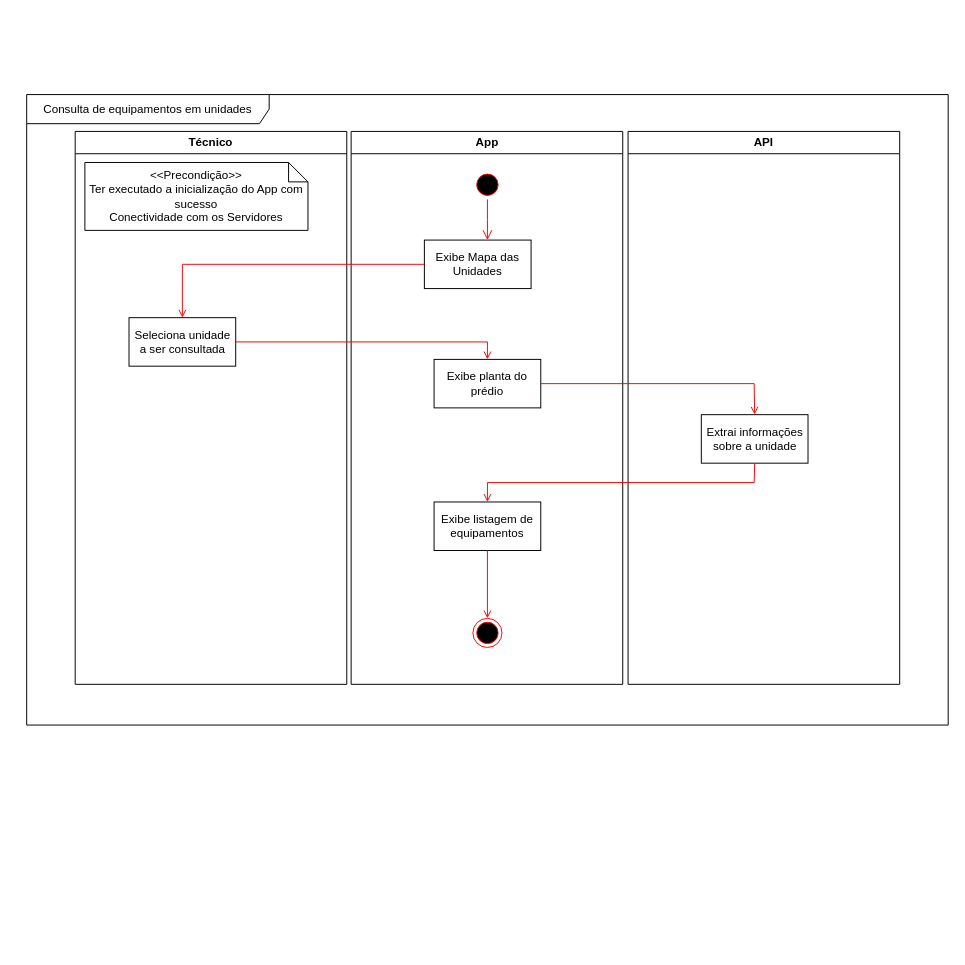
This is Diagramas/.drawio from DanielRM07/TCC, a draw.io file, before an edit. Source tidied: cells renumbered, new cells numbered last; positions are measured from the earlier drawing's top-left corner, leaving out a move shared by most shapes. Both pictures are drawn from the tidied source at 97%, with x=0, y=0 at pixel (26, 94).
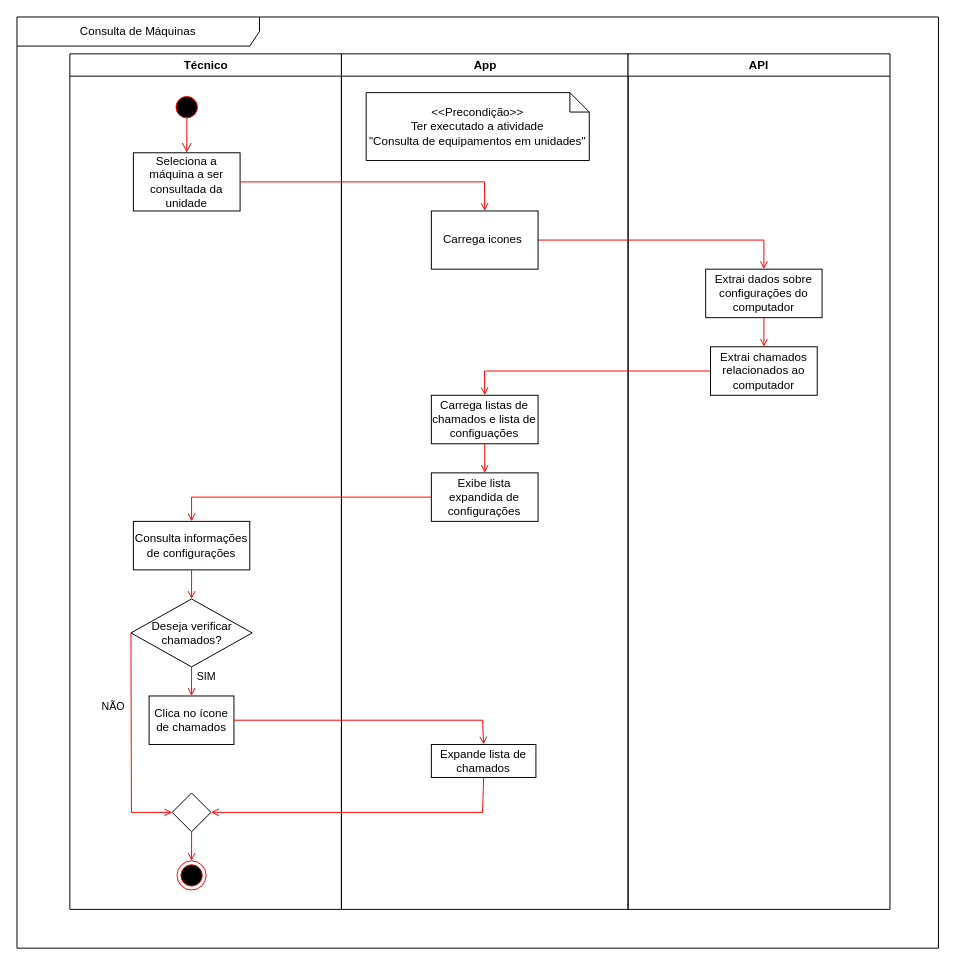
The same page after the edit.

The edit, as a diff of the source:
```diff
@@
     <mxCell id="2" value="Técnico" style="swimlane;whiteSpace=wrap;" parent="1" vertex="1">
-      <mxGeometry x="50" y="38" width="280" height="570" as="geometry" />
+      <mxGeometry x="44.5" y="-42" width="280" height="882" as="geometry" />
     </mxCell>
-    <mxCell id="3" value="Seleciona unidade a ser consultada" style="whiteSpace=wrap;" parent="2" vertex="1">
-      <mxGeometry x="55.5" y="192" width="110" height="50" as="geometry" />
-    </mxCell>
     <mxCell id="4" value="App" style="swimlane;whiteSpace=wrap;" parent="1" vertex="1">
-      <mxGeometry x="334.5" y="38" width="280" height="570" as="geometry" />
+      <mxGeometry x="324.5" y="-42" width="295.5" height="882" as="geometry" />
     </mxCell>
-    <mxCell id="5" style="ellipse;shape=startState;fillColor=#000000;strokeColor=#ff0000;" parent="4" vertex="1">
-      <mxGeometry x="125.5" y="40" width="30" height="30" as="geometry" />
-    </mxCell>
-    <mxCell id="6" style="edgeStyle=elbowEdgeStyle;elbow=horizontal;verticalAlign=bottom;endArrow=open;endSize=8;strokeColor=#FF0000;endFill=1;rounded=0;" parent="4" edge="1" source="5" target="7">
-      <mxGeometry x="40" y="20" as="geometry" />
-    </mxCell>
-    <mxCell id="7" value="Exibe Mapa das Unidades" style="whiteSpace=wrap;" parent="4" vertex="1">
-      <mxGeometry x="75.5" y="112" width="110" height="50" as="geometry" />
-    </mxCell>
-    <mxCell id="8" value="Exibe planta do prédio" style="whiteSpace=wrap;" parent="4" vertex="1">
-      <mxGeometry x="85.5" y="235" width="110" height="50" as="geometry" />
-    </mxCell>
-    <mxCell id="9" value="Exibe listagem de equipamentos" style="whiteSpace=wrap;" parent="4" vertex="1">
-      <mxGeometry x="85.5" y="382" width="110" height="50" as="geometry" />
-    </mxCell>
     <mxCell id="10" value="API" style="swimlane;whiteSpace=wrap;" parent="1" vertex="1">
-      <mxGeometry x="620" y="38" width="280" height="570" as="geometry" />
+      <mxGeometry x="620" y="-42" width="270" height="882" as="geometry" />
     </mxCell>
-    <mxCell id="11" value="Extrai informações sobre a unidade" style="whiteSpace=wrap;" parent="10" vertex="1">
-      <mxGeometry x="75.5" y="292" width="110" height="50" as="geometry" />
+    <mxCell id="11" value="Extrai dados sobre configurações do computador" style="whiteSpace=wrap;" parent="10" vertex="1">
+      <mxGeometry x="80" y="222" width="120" height="50" as="geometry" />
     </mxCell>
-    <mxCell id="12" style="edgeStyle=elbowEdgeStyle;elbow=horizontal;strokeColor=#FF0000;endArrow=open;endFill=1;rounded=0;exitX=0;exitY=0.5;exitDx=0;exitDy=0;entryX=0.5;entryY=0;entryDx=0;entryDy=0;" parent="1" edge="1" source="7" target="3">
-      <mxGeometry relative="1" as="geometry">
-        <Array as="points">
-          <mxPoint x="160.5" y="190" />
-        </Array>
-      </mxGeometry>
-    </mxCell>
-    <mxCell id="13" style="endArrow=open;strokeColor=#FF0000;endFill=1;rounded=0;exitX=1;exitY=0.5;exitDx=0;exitDy=0;entryX=0.5;entryY=0;entryDx=0;entryDy=0;" parent="1" edge="1" source="3" target="8">
-      <mxGeometry relative="1" as="geometry">
-        <Array as="points">
-          <mxPoint x="475" y="255" />
-        </Array>
-      </mxGeometry>
-    </mxCell>
-    <mxCell id="14" style="endArrow=open;strokeColor=#FF0000;endFill=1;rounded=0;exitX=1;exitY=0.5;exitDx=0;exitDy=0;entryX=0.5;entryY=0;entryDx=0;entryDy=0;" parent="1" edge="1" source="8" target="11">
+    <mxCell id="14" style="endArrow=open;strokeColor=#FF0000;endFill=1;rounded=0;exitX=1;exitY=0.5;exitDx=0;exitDy=0;entryX=0.5;entryY=0;entryDx=0;entryDy=0;" parent="1" edge="1" source="3" target="11">
       <mxGeometry relative="1" as="geometry">
         <Array as="points">
-          <mxPoint x="750" y="298" />
+          <mxPoint x="760" y="150" />
         </Array>
       </mxGeometry>
     </mxCell>
-    <mxCell id="15" style="endArrow=open;strokeColor=#FF0000;endFill=1;rounded=0;exitX=0.5;exitY=1;exitDx=0;exitDy=0;entryX=0.5;entryY=0;entryDx=0;entryDy=0;" parent="1" edge="1" source="11" target="9">
-      <mxGeometry relative="1" as="geometry">
-        <Array as="points">
-          <mxPoint x="750" y="400" />
-          <mxPoint x="475" y="400" />
-        </Array>
-      </mxGeometry>
+    <mxCell id="15" style="endArrow=open;strokeColor=#FF0000;endFill=1;rounded=0;entryX=0.5;entryY=0;entryDx=0;entryDy=0;exitX=0.5;exitY=1;exitDx=0;exitDy=0;" parent="1" edge="1" source="11" target="9">
+      <mxGeometry relative="1" as="geometry" />
     </mxCell>
-    <mxCell id="16" value="Consulta de equipamentos em unidades" style="shape=umlFrame;whiteSpace=wrap;html=1;width=250;height=30;" parent="1" vertex="1">
-      <mxGeometry width="950" height="650" as="geometry" />
+    <mxCell id="16" value="Consulta de Máquinas" style="shape=umlFrame;whiteSpace=wrap;html=1;width=250;height=30;" parent="1" vertex="1">
+      <mxGeometry x="-10" y="-80" width="950" height="960" as="geometry" />
     </mxCell>
     <mxCell id="17" style="ellipse;html=1;shape=endState;fillColor=#000000;strokeColor=#ff0000;" parent="1" vertex="1">
-      <mxGeometry x="460" y="540" width="30" height="30" as="geometry" />
+      <mxGeometry x="155" y="790" width="30" height="30" as="geometry" />
     </mxCell>
-    <mxCell id="18" style="endArrow=open;strokeColor=#FF0000;endFill=1;rounded=0;exitX=0.5;exitY=1;exitDx=0;exitDy=0;entryX=0.5;entryY=0;entryDx=0;entryDy=0;" parent="1" edge="1" source="9" target="17">
-      <mxGeometry relative="1" as="geometry" />
+    <mxCell id="18" style="endArrow=open;strokeColor=#FF0000;endFill=1;rounded=0;exitX=0;exitY=0.5;exitDx=0;exitDy=0;entryX=0.5;entryY=0;entryDx=0;entryDy=0;" parent="1" edge="1" source="9" target="20">
+      <mxGeometry relative="1" as="geometry">
+        <Array as="points">
+          <mxPoint x="472" y="285" />
+        </Array>
+      </mxGeometry>
     </mxCell>
-    <mxCell id="19" value="&amp;lt;&amp;lt;Precondição&amp;gt;&amp;gt;&lt;div&gt;Ter executado a inicialização do App com sucesso&lt;/div&gt;&lt;div&gt;Conectividade com os Servidores&lt;/div&gt;" style="shape=note;size=20;whiteSpace=wrap;html=1;" parent="1" vertex="1">
-      <mxGeometry x="60" y="70" width="230" height="70" as="geometry" />
+    <mxCell id="19" value="&amp;lt;&amp;lt;Precondição&amp;gt;&amp;gt;&lt;div&gt;Ter executado a atividade&lt;br&gt;&quot;Consulta de equipamentos em unidades&quot;&lt;br&gt;&lt;/div&gt;" style="shape=note;size=20;whiteSpace=wrap;html=1;" parent="1" vertex="1">
+      <mxGeometry x="350" y="-2" width="230" height="70" as="geometry" />
     </mxCell>
+    <mxCell id="5" style="ellipse;shape=startState;fillColor=#000000;strokeColor=#ff0000;" parent="1" vertex="1">
+      <mxGeometry x="150" y="-2" width="30" height="30" as="geometry" />
+    </mxCell>
+    <mxCell id="6" style="edgeStyle=elbowEdgeStyle;elbow=horizontal;verticalAlign=bottom;endArrow=open;endSize=8;strokeColor=#FF0000;endFill=1;rounded=0;exitX=0.507;exitY=0.833;exitDx=0;exitDy=0;exitPerimeter=0;" parent="1" edge="1" source="5" target="7">
+      <mxGeometry x="484.5" y="148" as="geometry" />
+    </mxCell>
+    <mxCell id="7" value="Seleciona a máquina a ser consultada da unidade" style="whiteSpace=wrap;" parent="1" vertex="1">
+      <mxGeometry x="110" y="60" width="110" height="60" as="geometry" />
+    </mxCell>
+    <mxCell id="3" value="Carrega icones " style="whiteSpace=wrap;" parent="1" vertex="1">
+      <mxGeometry x="417.2" y="120" width="110" height="60" as="geometry" />
+    </mxCell>
+    <mxCell id="12" style="endArrow=open;strokeColor=#FF0000;endFill=1;rounded=0;exitX=1;exitY=0.5;exitDx=0;exitDy=0;entryX=0.5;entryY=0;entryDx=0;entryDy=0;" parent="1" edge="1" source="7" target="3">
+      <mxGeometry relative="1" as="geometry">
+        <Array as="points">
+          <mxPoint x="472" y="90" />
+        </Array>
+      </mxGeometry>
+    </mxCell>
+    <mxCell id="9" value="Extrai chamados relacionados ao computador" style="whiteSpace=wrap;" parent="1" vertex="1">
+      <mxGeometry x="705" y="260" width="110" height="50" as="geometry" />
+    </mxCell>
+    <mxCell id="20" value="Carrega listas de chamados e lista de configuações" style="whiteSpace=wrap;" parent="1" vertex="1">
+      <mxGeometry x="417.2" y="310" width="110" height="50" as="geometry" />
+    </mxCell>
+    <mxCell id="21" value="Exibe lista expandida de configurações" style="whiteSpace=wrap;" parent="1" vertex="1">
+      <mxGeometry x="417.2" y="390" width="110" height="50" as="geometry" />
+    </mxCell>
+    <mxCell id="22" style="endArrow=open;strokeColor=#FF0000;endFill=1;rounded=0;entryX=0.5;entryY=0;entryDx=0;entryDy=0;exitX=0.5;exitY=1;exitDx=0;exitDy=0;" parent="1" edge="1" source="20" target="21">
+      <mxGeometry relative="1" as="geometry" />
+    </mxCell>
+    <mxCell id="23" value="Consulta informações&#10;de configurações" style="whiteSpace=wrap;" parent="1" vertex="1">
+      <mxGeometry x="110" y="440" width="120" height="50" as="geometry" />
+    </mxCell>
+    <mxCell id="24" value="Deseja verificar chamados?" style="rhombus;whiteSpace=wrap;html=1;" parent="1" vertex="1">
+      <mxGeometry x="107.5" y="520" width="125" height="70" as="geometry" />
+    </mxCell>
+    <mxCell id="25" style="endArrow=open;strokeColor=#FF0000;endFill=1;rounded=0;entryX=0;entryY=0.5;entryDx=0;entryDy=0;exitX=0;exitY=0.5;exitDx=0;exitDy=0;" parent="1" edge="1" source="24" target="29">
+      <mxGeometry relative="1" as="geometry">
+        <Array as="points">
+          <mxPoint x="108" y="740" />
+        </Array>
+      </mxGeometry>
+    </mxCell>
+    <mxCell id="26" value="NÃO" style="edgeLabel;html=1;align=center;verticalAlign=middle;" parent="25" vertex="1">
+      <mxGeometry x="-0.33" relative="1" as="geometry">
+        <mxPoint x="-19" as="offset" />
+      </mxGeometry>
+    </mxCell>
+    <mxCell id="27" style="endArrow=open;strokeColor=#FF0000;endFill=1;rounded=0;entryX=0.5;entryY=0;entryDx=0;entryDy=0;exitX=0.5;exitY=1;exitDx=0;exitDy=0;" parent="1" edge="1" source="23" target="24">
+      <mxGeometry relative="1" as="geometry" />
+    </mxCell>
+    <mxCell id="28" style="endArrow=open;strokeColor=#FF0000;endFill=1;rounded=0;exitX=0;exitY=0.5;exitDx=0;exitDy=0;entryX=0.5;entryY=0;entryDx=0;entryDy=0;" parent="1" edge="1" source="21" target="23">
+      <mxGeometry relative="1" as="geometry">
+        <Array as="points">
+          <mxPoint x="170" y="415" />
+        </Array>
+      </mxGeometry>
+    </mxCell>
+    <mxCell id="29" style="rhombus;whiteSpace=wrap;html=1;" parent="1" vertex="1">
+      <mxGeometry x="150" y="720" width="40" height="40" as="geometry" />
+    </mxCell>
+    <mxCell id="30" style="endArrow=open;strokeColor=#FF0000;endFill=1;rounded=0;entryX=0.5;entryY=0;entryDx=0;entryDy=0;exitX=0.5;exitY=1;exitDx=0;exitDy=0;" parent="1" edge="1" source="29" target="17">
+      <mxGeometry relative="1" as="geometry">
+        <Array as="points">
+          <mxPoint x="170" y="770" />
+        </Array>
+      </mxGeometry>
+    </mxCell>
+    <mxCell id="31" value="Clica no ícone de chamados" style="whiteSpace=wrap;" parent="1" vertex="1">
+      <mxGeometry x="126.2" y="620" width="87.5" height="50" as="geometry" />
+    </mxCell>
+    <mxCell id="32" style="endArrow=open;strokeColor=#FF0000;endFill=1;rounded=0;entryX=0.5;entryY=0;entryDx=0;entryDy=0;exitX=0.5;exitY=1;exitDx=0;exitDy=0;" parent="1" edge="1" source="24" target="31">
+      <mxGeometry relative="1" as="geometry" />
+    </mxCell>
+    <mxCell id="33" value="SIM" style="edgeLabel;html=1;align=center;verticalAlign=middle;" parent="32" vertex="1">
+      <mxGeometry x="-0.36" y="-1" relative="1" as="geometry">
+        <mxPoint x="16" as="offset" />
+      </mxGeometry>
+    </mxCell>
+    <mxCell id="34" value="Expande lista de chamados" style="rounded=0;whiteSpace=wrap;html=1;" parent="1" vertex="1">
+      <mxGeometry x="417.2" y="670" width="107.8" height="34" as="geometry" />
+    </mxCell>
+    <mxCell id="35" style="endArrow=open;strokeColor=#FF0000;endFill=1;rounded=0;entryX=0.5;entryY=0;entryDx=0;entryDy=0;exitX=1;exitY=0.5;exitDx=0;exitDy=0;" parent="1" edge="1" source="31" target="34">
+      <mxGeometry relative="1" as="geometry">
+        <Array as="points">
+          <mxPoint x="470" y="645" />
+        </Array>
+      </mxGeometry>
+    </mxCell>
+    <mxCell id="36" style="endArrow=open;strokeColor=#FF0000;endFill=1;rounded=0;entryX=1;entryY=0.5;entryDx=0;entryDy=0;exitX=0.5;exitY=1;exitDx=0;exitDy=0;" parent="1" edge="1" source="34" target="29">
+      <mxGeometry relative="1" as="geometry">
+        <Array as="points">
+          <mxPoint x="470" y="740" />
+        </Array>
+      </mxGeometry>
+    </mxCell>
```
